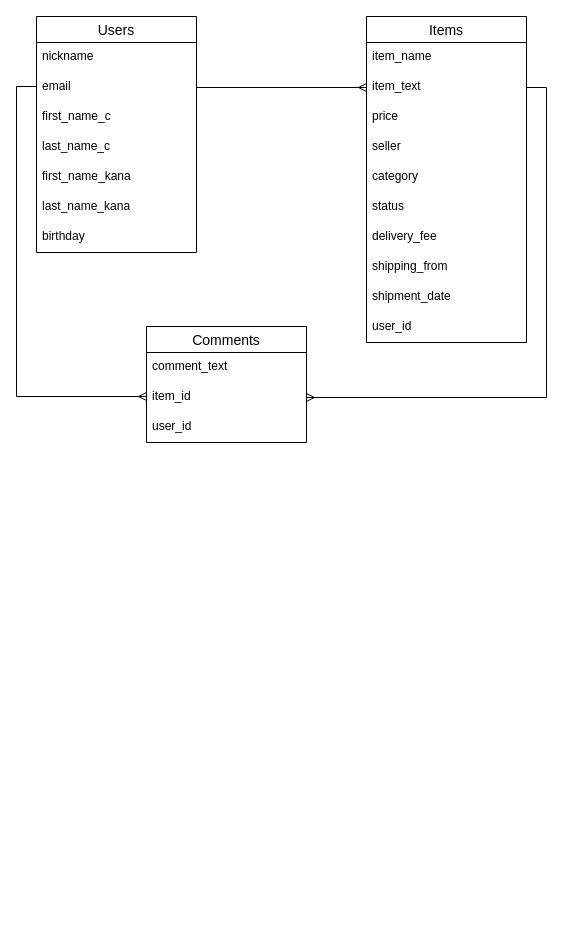
tKeitttt/furima-34165 keeps this draw.io diagram as er.dio. Above is the earlier version. Source tidied: cells renumbered, new cells numbered last; positions are measured from the earlier drawing's top-left corner, leaving out a move shared by most shapes. Both pictures are drawn from the tidied source at 100%, with x=0, y=0 at pixel (16, 16).
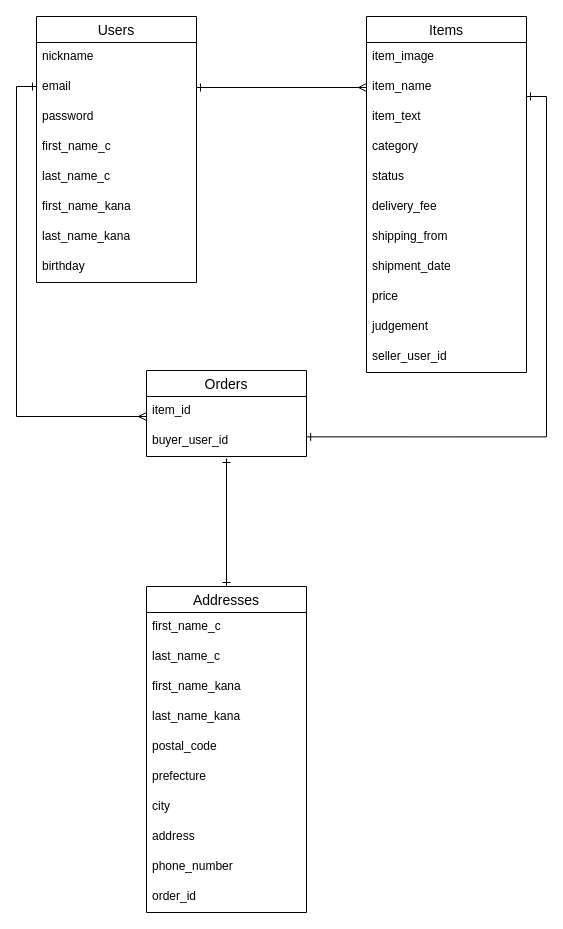
After the change.

Commit message (it also covers changes not shown here):
READMEにテーブル設計情報を記述

Unchanged cells that the change refers to:
```xml
<mxCell id="4" value="email" style="text;strokeColor=none;fillColor=none;spacingLeft=4;spacingRight=4;overflow=hidden;points=[[0,0.5],[1,0.5]];portConstraint=eastwest;fontSize=12;" parent="2" vertex="1">
  <mxGeometry y="56" width="160" height="30" as="geometry" />
</mxCell>
```

The edit, as a diff of the source:
```diff
@@
     <mxCell id="2" value="Users" style="swimlane;fontStyle=0;horizontal=1;startSize=26;align=center;fontSize=14;" parent="1" vertex="1">
-      <mxGeometry x="20" width="160" height="236" as="geometry" />
+      <mxGeometry x="20" width="160" height="266" as="geometry" />
     </mxCell>
@@
+    <mxCell id="28" value="password" style="text;strokeColor=none;fillColor=none;spacingLeft=4;spacingRight=4;overflow=hidden;fontSize=12;" parent="2" vertex="1">
+      <mxGeometry y="86" width="160" height="30" as="geometry" />
+    </mxCell>
     <mxCell id="5" value="first_name_c" style="text;strokeColor=none;fillColor=none;spacingLeft=4;spacingRight=4;overflow=hidden;points=[[0,0.5],[1,0.5]];portConstraint=eastwest;fontSize=12;" parent="2" vertex="1">
-      <mxGeometry y="86" width="160" height="30" as="geometry" />
+      <mxGeometry y="116" width="160" height="30" as="geometry" />
     </mxCell>
     <mxCell id="6" value="last_name_c" style="text;strokeColor=none;fillColor=none;spacingLeft=4;spacingRight=4;overflow=hidden;fontSize=12;" parent="2" vertex="1">
-      <mxGeometry y="116" width="160" height="30" as="geometry" />
+      <mxGeometry y="146" width="160" height="30" as="geometry" />
     </mxCell>
     <mxCell id="7" value="first_name_kana" style="text;strokeColor=none;fillColor=none;spacingLeft=4;spacingRight=4;overflow=hidden;fontSize=12;" parent="2" vertex="1">
-      <mxGeometry y="146" width="160" height="30" as="geometry" />
+      <mxGeometry y="176" width="160" height="30" as="geometry" />
     </mxCell>
     <mxCell id="8" value="last_name_kana" style="text;strokeColor=none;fillColor=none;spacingLeft=4;spacingRight=4;overflow=hidden;fontSize=12;" parent="2" vertex="1">
-      <mxGeometry y="176" width="160" height="30" as="geometry" />
+      <mxGeometry y="206" width="160" height="30" as="geometry" />
     </mxCell>
     <mxCell id="9" value="birthday" style="text;strokeColor=none;fillColor=none;spacingLeft=4;spacingRight=4;overflow=hidden;fontSize=12;" parent="2" vertex="1">
-      <mxGeometry y="206" width="160" height="30" as="geometry" />
+      <mxGeometry y="236" width="160" height="30" as="geometry" />
     </mxCell>
     <mxCell id="10" value="Items" style="swimlane;fontStyle=0;horizontal=1;startSize=26;align=center;fontSize=14;" parent="1" vertex="1">
-      <mxGeometry x="350" width="160" height="326" as="geometry" />
+      <mxGeometry x="350" width="160" height="356" as="geometry" />
     </mxCell>
-    <mxCell id="11" value="item_name" style="text;strokeColor=none;fillColor=none;spacingLeft=4;spacingRight=4;overflow=hidden;fontSize=12;" parent="10" vertex="1">
+    <mxCell id="11" value="item_image" style="text;strokeColor=none;fillColor=none;spacingLeft=4;spacingRight=4;overflow=hidden;fontSize=12;" parent="10" vertex="1">
       <mxGeometry y="26" width="160" height="30" as="geometry" />
     </mxCell>
+    <mxCell id="29" value="item_name" style="text;strokeColor=none;fillColor=none;spacingLeft=4;spacingRight=4;overflow=hidden;fontSize=12;" parent="10" vertex="1">
+      <mxGeometry y="56" width="160" height="30" as="geometry" />
+    </mxCell>
     <mxCell id="12" value="item_text" style="text;strokeColor=none;fillColor=none;spacingLeft=4;spacingRight=4;overflow=hidden;points=[[0,0.5],[1,0.5]];portConstraint=eastwest;fontSize=12;" parent="10" vertex="1">
-      <mxGeometry y="56" width="160" height="30" as="geometry" />
+      <mxGeometry y="86" width="160" height="30" as="geometry" />
     </mxCell>
-    <mxCell id="13" value="price" style="text;strokeColor=none;fillColor=none;spacingLeft=4;spacingRight=4;overflow=hidden;fontSize=12;" parent="10" vertex="1">
-      <mxGeometry y="86" width="160" height="30" as="geometry" />
+    <mxCell id="13" value="category" style="text;strokeColor=none;fillColor=none;spacingLeft=4;spacingRight=4;overflow=hidden;fontSize=12;" parent="10" vertex="1">
+      <mxGeometry y="116" width="160" height="30" as="geometry" />
     </mxCell>
-    <mxCell id="14" value="seller" style="text;strokeColor=none;fillColor=none;spacingLeft=4;spacingRight=4;overflow=hidden;fontSize=12;" parent="10" vertex="1">
-      <mxGeometry y="116" width="160" height="30" as="geometry" />
+    <mxCell id="14" value="status" style="text;strokeColor=none;fillColor=none;spacingLeft=4;spacingRight=4;overflow=hidden;fontSize=12;" parent="10" vertex="1">
+      <mxGeometry y="146" width="160" height="30" as="geometry" />
     </mxCell>
-    <mxCell id="15" value="category" style="text;strokeColor=none;fillColor=none;spacingLeft=4;spacingRight=4;overflow=hidden;fontSize=12;" parent="10" vertex="1">
-      <mxGeometry y="146" width="160" height="30" as="geometry" />
+    <mxCell id="15" value="delivery_fee" style="text;strokeColor=none;fillColor=none;spacingLeft=4;spacingRight=4;overflow=hidden;fontSize=12;" parent="10" vertex="1">
+      <mxGeometry y="176" width="160" height="30" as="geometry" />
     </mxCell>
-    <mxCell id="16" value="status" style="text;strokeColor=none;fillColor=none;spacingLeft=4;spacingRight=4;overflow=hidden;fontSize=12;" parent="10" vertex="1">
-      <mxGeometry y="176" width="160" height="30" as="geometry" />
+    <mxCell id="16" value="shipping_from" style="text;strokeColor=none;fillColor=none;spacingLeft=4;spacingRight=4;overflow=hidden;fontSize=12;" parent="10" vertex="1">
+      <mxGeometry y="206" width="160" height="30" as="geometry" />
     </mxCell>
-    <mxCell id="17" value="delivery_fee" style="text;strokeColor=none;fillColor=none;spacingLeft=4;spacingRight=4;overflow=hidden;fontSize=12;" parent="10" vertex="1">
-      <mxGeometry y="206" width="160" height="30" as="geometry" />
+    <mxCell id="17" value="shipment_date" style="text;strokeColor=none;fillColor=none;spacingLeft=4;spacingRight=4;overflow=hidden;fontSize=12;" parent="10" vertex="1">
+      <mxGeometry y="236" width="160" height="30" as="geometry" />
     </mxCell>
-    <mxCell id="18" value="shipping_from" style="text;strokeColor=none;fillColor=none;spacingLeft=4;spacingRight=4;overflow=hidden;fontSize=12;" parent="10" vertex="1">
-      <mxGeometry y="236" width="160" height="30" as="geometry" />
+    <mxCell id="18" value="price" style="text;strokeColor=none;fillColor=none;spacingLeft=4;spacingRight=4;overflow=hidden;fontSize=12;" parent="10" vertex="1">
+      <mxGeometry y="266" width="160" height="30" as="geometry" />
     </mxCell>
-    <mxCell id="19" value="shipment_date" style="text;strokeColor=none;fillColor=none;spacingLeft=4;spacingRight=4;overflow=hidden;fontSize=12;" parent="10" vertex="1">
-      <mxGeometry y="266" width="160" height="30" as="geometry" />
-    </mxCell>
+    <mxCell id="30" value="judgement" style="text;strokeColor=none;fillColor=none;spacingLeft=4;spacingRight=4;overflow=hidden;fontSize=12;" parent="10" vertex="1">
+      <mxGeometry y="296" width="160" height="30" as="geometry" />
+    </mxCell>
-    <mxCell id="20" value="user_id" style="text;strokeColor=none;fillColor=none;spacingLeft=4;spacingRight=4;overflow=hidden;fontSize=12;" parent="10" vertex="1">
-      <mxGeometry y="296" width="160" height="30" as="geometry" />
+    <mxCell id="20" value="seller_user_id" style="text;strokeColor=none;fillColor=none;spacingLeft=4;spacingRight=4;overflow=hidden;fontSize=12;" parent="10" vertex="1">
+      <mxGeometry y="326" width="160" height="30" as="geometry" />
     </mxCell>
-    <mxCell id="21" value="Comments" style="swimlane;fontStyle=0;horizontal=1;startSize=26;align=center;fontSize=14;" parent="1" vertex="1">
-      <mxGeometry x="130" y="310" width="160" height="116" as="geometry" />
+    <mxCell id="21" value="Addresses" style="swimlane;fontStyle=0;horizontal=1;startSize=26;align=center;fontSize=14;" parent="1" vertex="1">
+      <mxGeometry x="130" y="570" width="160" height="326" as="geometry" />
     </mxCell>
-    <mxCell id="22" value="comment_text" style="text;strokeColor=none;fillColor=none;spacingLeft=4;spacingRight=4;overflow=hidden;fontSize=12;" parent="21" vertex="1">
+    <mxCell id="22" value="first_name_c" style="text;strokeColor=none;fillColor=none;spacingLeft=4;spacingRight=4;overflow=hidden;fontSize=12;" parent="21" vertex="1">
       <mxGeometry y="26" width="160" height="30" as="geometry" />
     </mxCell>
-    <mxCell id="23" value="item_id" style="text;strokeColor=none;fillColor=none;spacingLeft=4;spacingRight=4;overflow=hidden;points=[[0,0.5],[1,0.5]];portConstraint=eastwest;fontSize=12;" parent="21" vertex="1">
+    <mxCell id="23" value="last_name_c" style="text;strokeColor=none;fillColor=none;spacingLeft=4;spacingRight=4;overflow=hidden;points=[[0,0.5],[1,0.5]];portConstraint=eastwest;fontSize=12;" parent="21" vertex="1">
       <mxGeometry y="56" width="160" height="30" as="geometry" />
     </mxCell>
-    <mxCell id="24" value="user_id" style="text;strokeColor=none;fillColor=none;spacingLeft=4;spacingRight=4;overflow=hidden;fontSize=12;" parent="21" vertex="1">
+    <mxCell id="24" value="first_name_kana" style="text;strokeColor=none;fillColor=none;spacingLeft=4;spacingRight=4;overflow=hidden;fontSize=12;" parent="21" vertex="1">
       <mxGeometry y="86" width="160" height="30" as="geometry" />
     </mxCell>
+    <mxCell id="31" value="last_name_kana" style="text;strokeColor=none;fillColor=none;spacingLeft=4;spacingRight=4;overflow=hidden;fontSize=12;" parent="21" vertex="1">
+      <mxGeometry y="116" width="160" height="30" as="geometry" />
+    </mxCell>
+    <mxCell id="32" value="postal_code" style="text;strokeColor=none;fillColor=none;spacingLeft=4;spacingRight=4;overflow=hidden;fontSize=12;" parent="21" vertex="1">
+      <mxGeometry y="146" width="160" height="30" as="geometry" />
+    </mxCell>
+    <mxCell id="33" value="prefecture" style="text;strokeColor=none;fillColor=none;spacingLeft=4;spacingRight=4;overflow=hidden;fontSize=12;" parent="21" vertex="1">
+      <mxGeometry y="176" width="160" height="30" as="geometry" />
+    </mxCell>
+    <mxCell id="34" value="city" style="text;strokeColor=none;fillColor=none;spacingLeft=4;spacingRight=4;overflow=hidden;fontSize=12;" parent="21" vertex="1">
+      <mxGeometry y="206" width="160" height="30" as="geometry" />
+    </mxCell>
+    <mxCell id="35" value="address" style="text;strokeColor=none;fillColor=none;spacingLeft=4;spacingRight=4;overflow=hidden;fontSize=12;" parent="21" vertex="1">
+      <mxGeometry y="236" width="160" height="30" as="geometry" />
+    </mxCell>
+    <mxCell id="36" value="phone_number" style="text;strokeColor=none;fillColor=none;spacingLeft=4;spacingRight=4;overflow=hidden;fontSize=12;" parent="21" vertex="1">
+      <mxGeometry y="266" width="160" height="30" as="geometry" />
+    </mxCell>
+    <mxCell id="37" value="order_id" style="text;strokeColor=none;fillColor=none;spacingLeft=4;spacingRight=4;overflow=hidden;fontSize=12;" parent="21" vertex="1">
+      <mxGeometry y="296" width="160" height="30" as="geometry" />
+    </mxCell>
-    <mxCell id="25" style="edgeStyle=orthogonalEdgeStyle;rounded=0;jettySize=auto;html=1;exitX=0;exitY=0.5;exitDx=0;exitDy=0;endArrow=ERmany;endFill=0;" parent="1" edge="1" source="5">
+    <mxCell id="25" style="edgeStyle=orthogonalEdgeStyle;rounded=0;orthogonalLoop=1;jettySize=auto;html=1;endArrow=ERmany;endFill=0;startArrow=ERone;startFill=0;" parent="1" edge="1">
       <mxGeometry relative="1" as="geometry">
-        <mxPoint x="130" y="380" as="targetPoint" />
+        <mxPoint x="20" y="70" as="sourcePoint" />
+        <mxPoint x="130" y="400" as="targetPoint" />
         <Array as="points">
           <mxPoint x="20" y="70" />
           <mxPoint y="70" />
-          <mxPoint y="380" />
-          <mxPoint x="130" y="380" />
+          <mxPoint y="400" />
+          <mxPoint x="130" y="400" />
         </Array>
       </mxGeometry>
     </mxCell>
-    <mxCell id="26" style="edgeStyle=orthogonalEdgeStyle;rounded=0;jettySize=auto;html=1;exitX=1;exitY=0.5;exitDx=0;exitDy=0;entryX=0;entryY=0.5;entryDx=0;entryDy=0;endArrow=ERmany;endFill=0;" parent="1" edge="1" source="4" target="12">
-      <mxGeometry relative="1" as="geometry" />
+    <mxCell id="26" style="edgeStyle=orthogonalEdgeStyle;rounded=0;jettySize=auto;html=1;exitX=1;exitY=0.5;exitDx=0;exitDy=0;endArrow=ERmany;endFill=0;startArrow=ERone;startFill=0;" parent="1" edge="1" source="4">
+      <mxGeometry relative="1" as="geometry">
+        <mxPoint x="350" y="71" as="targetPoint" />
+        <Array as="points">
+          <mxPoint x="350" y="71" />
+        </Array>
+      </mxGeometry>
     </mxCell>
-    <mxCell id="27" style="edgeStyle=orthogonalEdgeStyle;rounded=0;jettySize=auto;html=1;exitX=1;exitY=0.5;exitDx=0;exitDy=0;entryX=1;entryY=0.5;entryDx=0;entryDy=0;endArrow=ERmany;endFill=0;" parent="1" edge="1" source="12" target="23">
-      <mxGeometry relative="1" as="geometry" />
+    <mxCell id="27" style="edgeStyle=orthogonalEdgeStyle;rounded=0;jettySize=auto;html=1;endArrow=ERone;endFill=0;entryX=1.001;entryY=0.345;entryDx=0;entryDy=0;entryPerimeter=0;startArrow=ERone;startFill=0;" parent="1" edge="1" target="40">
+      <mxGeometry relative="1" as="geometry">
+        <mxPoint x="510" y="80" as="sourcePoint" />
+        <Array as="points">
+          <mxPoint x="510" y="80" />
+          <mxPoint x="530" y="80" />
+          <mxPoint x="530" y="420" />
+        </Array>
+      </mxGeometry>
     </mxCell>
+    <mxCell id="38" value="Orders" style="swimlane;fontStyle=0;horizontal=1;startSize=26;align=center;fontSize=14;" parent="1" vertex="1">
+      <mxGeometry x="130" y="354" width="160" height="86" as="geometry" />
+    </mxCell>
+    <mxCell id="39" value="item_id" style="text;strokeColor=none;fillColor=none;spacingLeft=4;spacingRight=4;overflow=hidden;fontSize=12;" parent="38" vertex="1">
+      <mxGeometry y="26" width="160" height="30" as="geometry" />
+    </mxCell>
+    <mxCell id="40" value="buyer_user_id" style="text;strokeColor=none;fillColor=none;spacingLeft=4;spacingRight=4;overflow=hidden;points=[[0,0.5],[1,0.5]];portConstraint=eastwest;fontSize=12;" parent="38" vertex="1">
+      <mxGeometry y="56" width="160" height="30" as="geometry" />
+    </mxCell>
+    <mxCell id="41" style="edgeStyle=orthogonalEdgeStyle;rounded=0;jettySize=auto;html=1;endArrow=ERone;endFill=0;entryX=0.5;entryY=0;entryDx=0;entryDy=0;startArrow=ERone;startFill=0;" parent="1" edge="1" target="21">
+      <mxGeometry relative="1" as="geometry">
+        <mxPoint x="210" y="442" as="sourcePoint" />
+        <Array as="points">
+          <mxPoint x="210" y="442" />
+        </Array>
+      </mxGeometry>
+    </mxCell>
```
